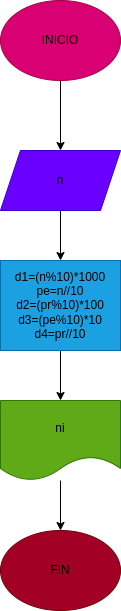
This is driagrama.png from Luzaraque3/invertir_numero_4digitos, a draw.io export, as it was before one commit. Source tidied: cells renumbered, new cells last; positions are measured from the earlier drawing's top-left corner, leaving out a move shared by most shapes.
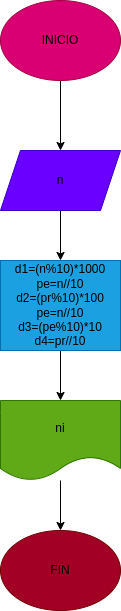
After the commit.

Commit message:
Se agrego diagrama de flujo, diagrama y README

What changed in the source:
```diff
@@ -19,7 +19,7 @@
     <mxCell id="6" style="edgeStyle=none;html=1;" parent="1" edge="1" source="7" target="9">
       <mxGeometry relative="1" as="geometry" />
     </mxCell>
-    <mxCell id="7" value="&lt;font color=&quot;#000000&quot;&gt;d1=(n%10)*1000&lt;br&gt;pe=n//10&lt;br&gt;d2=(pr%10)*100&lt;br&gt;d3=(pe%10)*10&lt;br&gt;d4=pr//10&lt;/font&gt;" style="whiteSpace=wrap;html=1;fillColor=#1ba1e2;fontColor=#ffffff;strokeColor=#006EAF;" parent="1" vertex="1">
+    <mxCell id="7" value="&lt;font color=&quot;#000000&quot;&gt;d1=(n%10)*1000&lt;br&gt;pe=n//10&lt;br&gt;d2=(pr%10)*100&lt;br&gt;pe=n//10&lt;br&gt;d3=(pe%10)*10&lt;br&gt;d4=pr//10&lt;/font&gt;" style="whiteSpace=wrap;html=1;fillColor=#1ba1e2;fontColor=#ffffff;strokeColor=#006EAF;" parent="1" vertex="1">
       <mxGeometry y="260" width="120" height="90" as="geometry" />
     </mxCell>
     <mxCell id="8" style="edgeStyle=none;html=1;" parent="1" edge="1" source="9" target="10">
```
